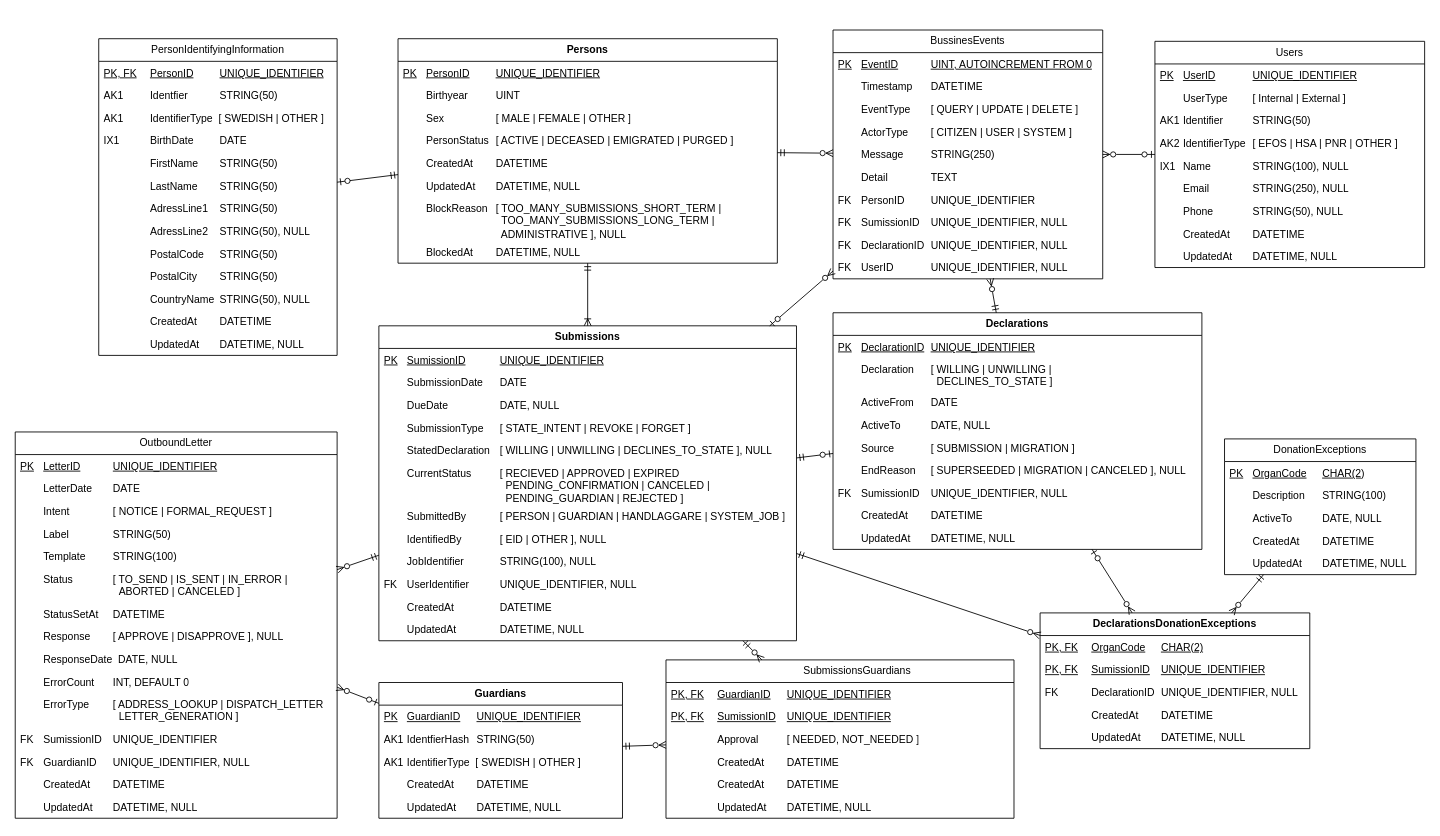
The draw.io diagram page "Liggande Logisk modell" (9 of 9) of Donationsregister.drawio in bhagqvist-consid/ICD11, before the edit. Source tidied: cells renumbered, new cells numbered last; positions are measured from the earlier drawing's top-left corner, leaving out a move shared by most shapes. Both pictures are drawn from the tidied source at 87%, with x=0, y=0 at pixel (15, 30).
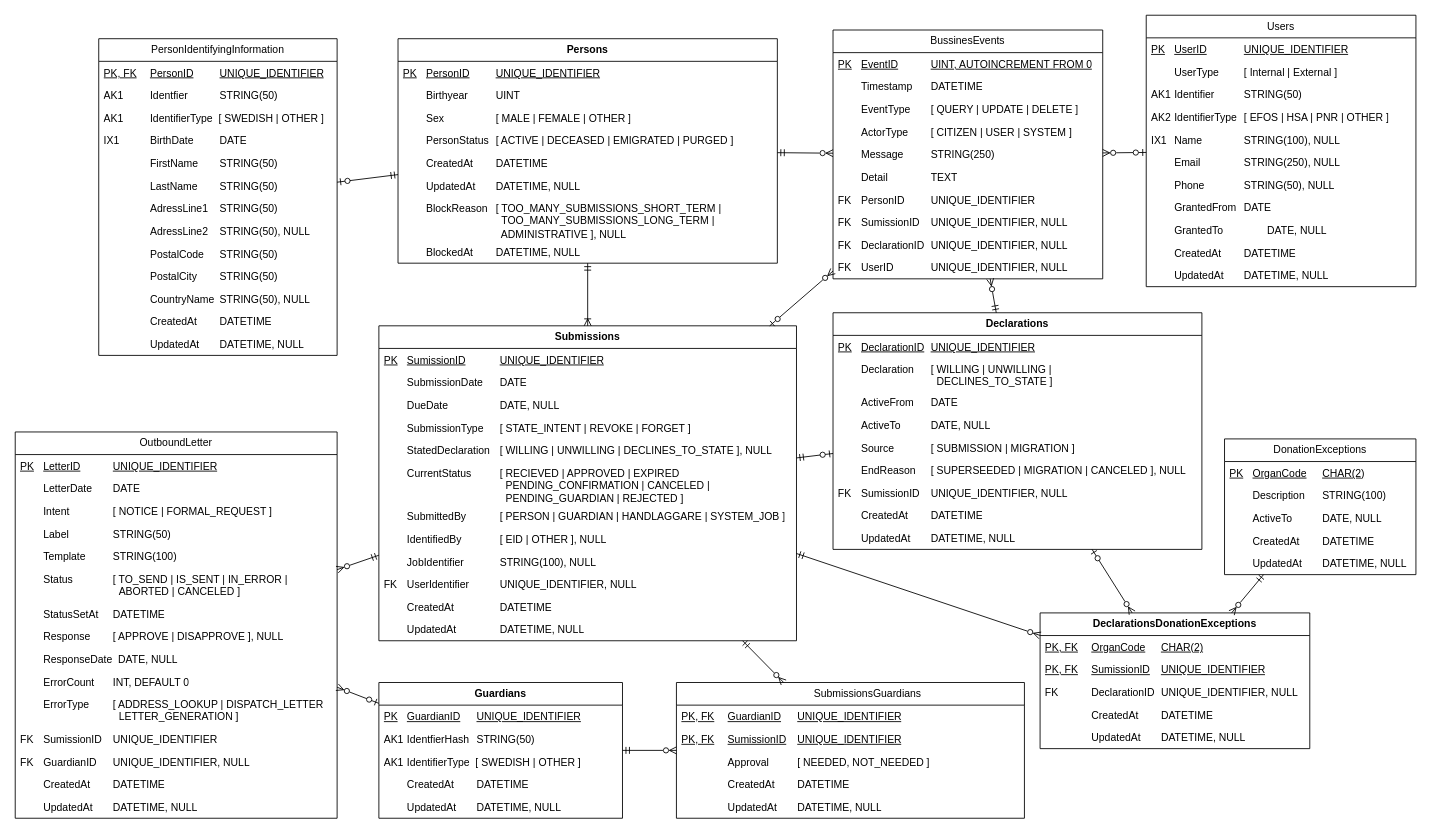
After the change.

What changed in the source:
```diff
@@
     <mxCell id="81" value="Users" style="swimlane;fontStyle=0;horizontal=1;startSize=26;fillColor=none;whiteSpace=wrap;html=1;" parent="1" vertex="1">
-      <mxGeometry x="1310" y="13" width="310" height="260" as="geometry" />
+      <mxGeometry x="1300" y="-17" width="310" height="312" as="geometry" />
     </mxCell>
@@
+    <mxCell id="124" value="&lt;span style=&quot;white-space: pre;&quot;&gt;&#9;&lt;/span&gt;GrantedFrom&lt;span style=&quot;white-space: pre;&quot;&gt;&#9;&lt;/span&gt;DATE" style="text;strokeColor=none;fillColor=none;align=left;verticalAlign=top;spacingLeft=4;spacingRight=4;overflow=hidden;whiteSpace=wrap;html=1;" parent="81" vertex="1">
+      <mxGeometry y="208" width="310" height="26" as="geometry" />
+    </mxCell>
+    <mxCell id="125" value="&lt;span style=&quot;white-space: pre;&quot;&gt;&#9;&lt;/span&gt;GrantedTo&lt;span style=&quot;white-space: pre;&quot;&gt;&#9;&lt;/span&gt;&lt;span style=&quot;white-space: pre;&quot;&gt;&#9;&lt;/span&gt;DATE, NULL" style="text;strokeColor=none;fillColor=none;align=left;verticalAlign=top;spacingLeft=4;spacingRight=4;overflow=hidden;whiteSpace=wrap;html=1;" parent="81" vertex="1">
+      <mxGeometry y="234" width="310" height="26" as="geometry" />
+    </mxCell>
     <mxCell id="89" value="&lt;span style=&quot;white-space: pre;&quot;&gt;&#9;&lt;/span&gt;CreatedAt&amp;nbsp; &lt;span style=&quot;white-space: pre;&quot;&gt;&#9;&lt;/span&gt;DATETIME" style="text;strokeColor=none;fillColor=none;align=left;verticalAlign=top;spacingLeft=4;spacingRight=4;overflow=hidden;whiteSpace=wrap;html=1;" parent="81" vertex="1">
-      <mxGeometry y="208" width="310" height="26" as="geometry" />
+      <mxGeometry y="260" width="310" height="26" as="geometry" />
     </mxCell>
     <mxCell id="90" value="&lt;span style=&quot;white-space: pre;&quot;&gt;&#9;&lt;/span&gt;UpdatedAt&amp;nbsp; &lt;span style=&quot;white-space: pre;&quot;&gt;&#9;&lt;/span&gt;DATETIME, NULL" style="text;strokeColor=none;fillColor=none;align=left;verticalAlign=top;spacingLeft=4;spacingRight=4;overflow=hidden;whiteSpace=wrap;html=1;" parent="81" vertex="1">
-      <mxGeometry y="234" width="310" height="26" as="geometry" />
+      <mxGeometry y="286" width="310" height="26" as="geometry" />
     </mxCell>
@@
     <mxCell id="103" value="&lt;blockquote style=&quot;margin: 0 0 0 40px; border: none; padding: 0px;&quot;&gt;SubmissionsGuardians&lt;/blockquote&gt;" style="swimlane;fontStyle=0;horizontal=1;startSize=26;fillColor=none;whiteSpace=wrap;html=1;" parent="1" vertex="1">
-      <mxGeometry x="748" y="724" width="400" height="182" as="geometry" />
+      <mxGeometry x="760" y="750" width="400" height="156" as="geometry" />
     </mxCell>
@@
-    <mxCell id="107" value="&lt;span style=&quot;white-space: pre;&quot;&gt;&lt;span style=&quot;white-space: pre;&quot;&gt;&#9;&lt;/span&gt;&#9;&lt;/span&gt;CreatedAt&amp;nbsp; &lt;span style=&quot;white-space: pre;&quot;&gt;&#9;&lt;/span&gt;DATETIME" style="text;strokeColor=none;fillColor=none;align=left;verticalAlign=top;spacingLeft=4;spacingRight=4;overflow=hidden;whiteSpace=wrap;html=1;" parent="103" vertex="1">
-      <mxGeometry y="104" width="400" height="26" as="geometry" />
-    </mxCell>
     <mxCell id="108" value="&lt;span style=&quot;white-space: pre;&quot;&gt;&lt;span style=&quot;white-space: pre;&quot;&gt;&#9;&lt;/span&gt;&#9;&lt;/span&gt;CreatedAt&amp;nbsp; &lt;span style=&quot;white-space: pre;&quot;&gt;&#9;&lt;/span&gt;DATETIME" style="text;strokeColor=none;fillColor=none;align=left;verticalAlign=top;spacingLeft=4;spacingRight=4;overflow=hidden;whiteSpace=wrap;html=1;" parent="103" vertex="1">
-      <mxGeometry y="130" width="400" height="26" as="geometry" />
+      <mxGeometry y="104" width="400" height="26" as="geometry" />
     </mxCell>
     <mxCell id="109" value="&lt;span style=&quot;white-space: pre;&quot;&gt;&lt;span style=&quot;white-space: pre;&quot;&gt;&#9;&lt;/span&gt;&#9;&lt;/span&gt;UpdatedAt&amp;nbsp; &lt;span style=&quot;white-space: pre;&quot;&gt;&#9;&lt;/span&gt;DATETIME, NULL" style="text;strokeColor=none;fillColor=none;align=left;verticalAlign=top;spacingLeft=4;spacingRight=4;overflow=hidden;whiteSpace=wrap;html=1;" parent="103" vertex="1">
-      <mxGeometry y="156" width="400" height="26" as="geometry" />
+      <mxGeometry y="130" width="400" height="26" as="geometry" />
     </mxCell>
```
